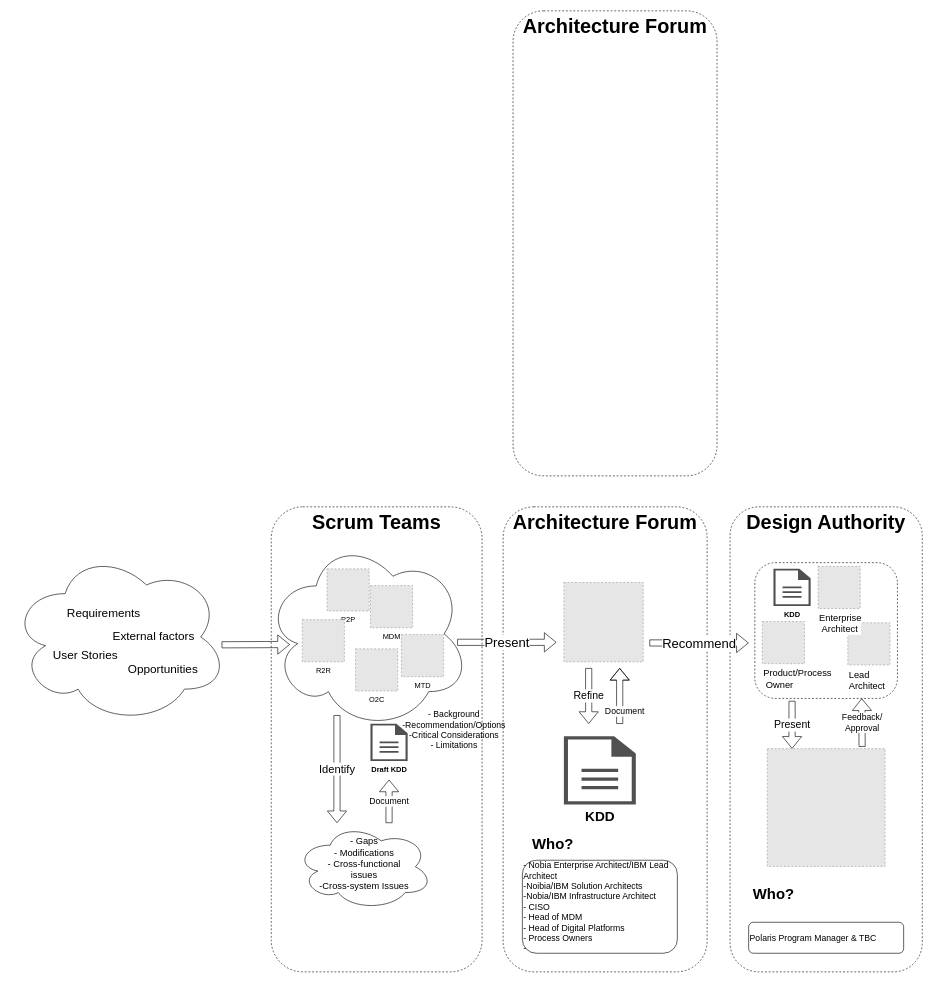
The draw.io diagram page "Overall" (1 of 7) of Architecture Governance.drawio in mrf742002/Diagrams, before the edit. Source tidied: cells renumbered, new cells numbered last; positions are measured from the earlier drawing's top-left corner, leaving out a move shared by most shapes. Both pictures are drawn from the tidied source at 62%, with x=0, y=0 at pixel (11, 11). Pictures stored in the file or linked from it are replaced by grey dashed boxes.
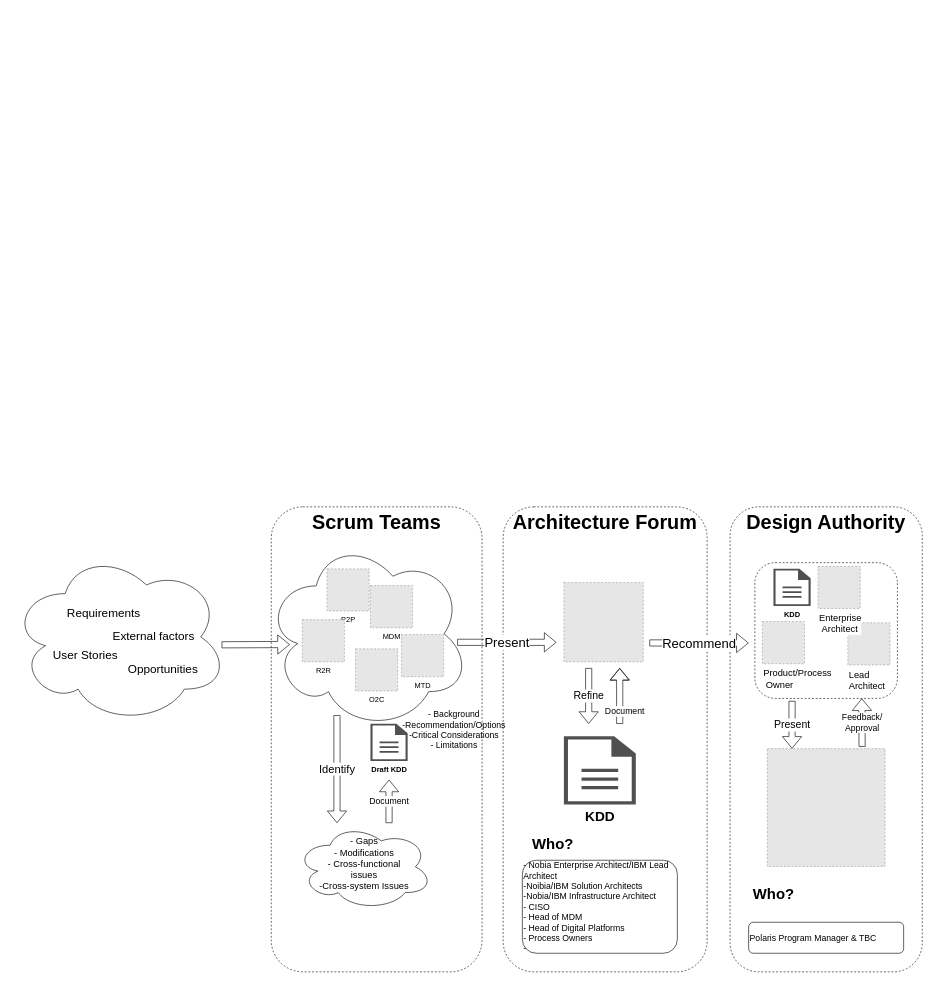
The same diagram, later.

What changed in the source:
```diff
@@
-    <mxCell id="41" value="&lt;b&gt;Architecture Forum&lt;br&gt;&lt;/b&gt;" style="rounded=1;whiteSpace=wrap;html=1;verticalAlign=top;strokeWidth=1;strokeColor=#020912;dashed=1;fontSize=32;" parent="1" vertex="1">
-      <mxGeometry x="810" width="329" height="750" as="geometry" />
-    </mxCell>
```
